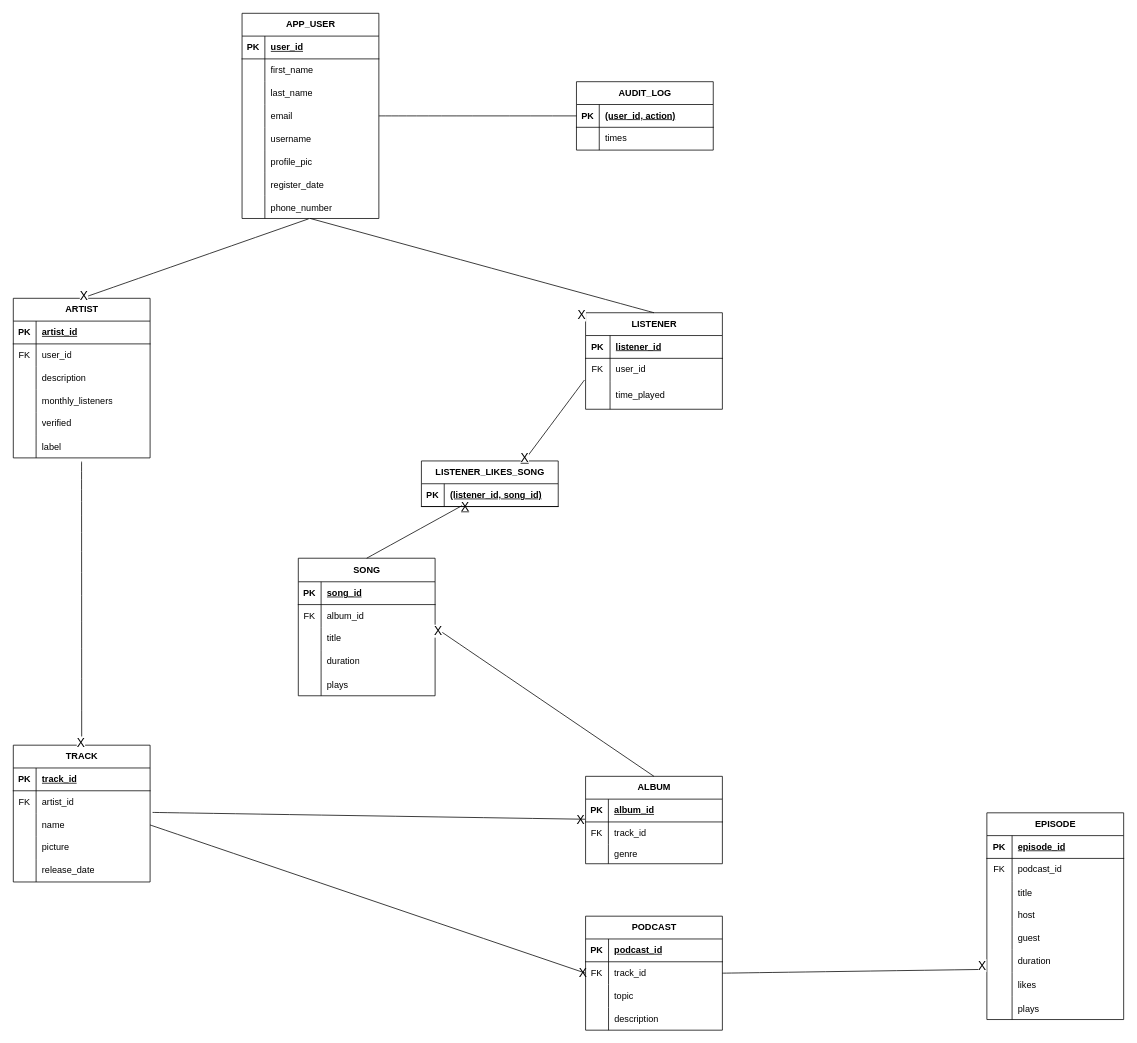
Earlier version of the draw.io diagram page "Conceptual Diagram" (2 of 2) of Music-App.drawio (Matoka26/Music-App). Source tidied: cells renumbered, new cells numbered last; positions are measured from the earlier drawing's top-left corner, leaving out a move shared by most shapes. Both pictures are drawn from the tidied source at 76%, with x=0, y=0 at pixel (13, 13).
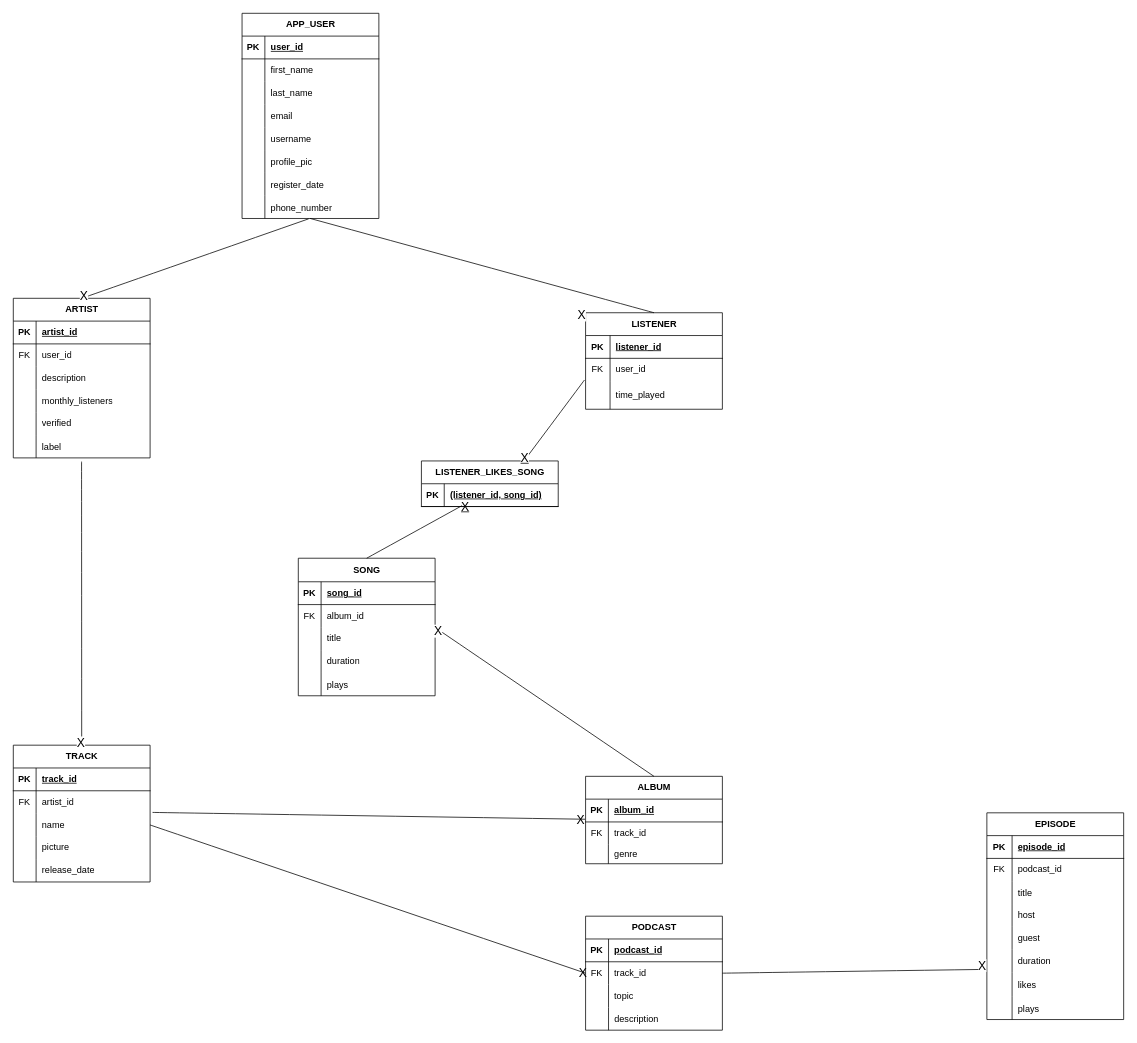
Above is the later version.

Unchanged cells that the change refers to:
```xml
<mxCell id="12" style="shape=tableRow;horizontal=0;startSize=0;swimlaneHead=0;swimlaneBody=0;fillColor=none;points=[[0,0.5],[1,0.5]];portConstraint=eastwest;top=0;left=0;right=0;bottom=0;" parent="2" vertex="1">
  <mxGeometry y="120" width="180" height="30" as="geometry" />
</mxCell>
```

Change to the diagram source:
```diff
@@
-    <mxCell id="162" value="AUDIT_LOG" style="shape=table;startSize=30;childLayout=tableLayout;rowLines=0;fontStyle=1;align=center;html=1;" parent="1" vertex="1">
-      <mxGeometry x="741" y="90" width="180" height="90" as="geometry" />
-    </mxCell>
-    <mxCell id="163" style="shape=tableRow;horizontal=0;startSize=0;swimlaneHead=0;swimlaneBody=0;fillColor=none;points=[[0,0.5],[1,0.5]];portConstraint=eastwest;top=0;left=0;right=0;bottom=1;" parent="162" vertex="1">
-      <mxGeometry y="30" width="180" height="30" as="geometry" />
-    </mxCell>
-    <mxCell id="164" value="PK" style="shape=partialRectangle;fillColor=none;top=0;left=0;bottom=0;right=0;fontStyle=1;overflow=hidden;whiteSpace=wrap;html=1;" parent="163" vertex="1">
-      <mxGeometry width="30" height="30" as="geometry" />
-    </mxCell>
-    <mxCell id="165" value="(user_id, action)" style="shape=partialRectangle;fillColor=none;top=0;left=0;bottom=0;right=0;align=left;spacingLeft=6;fontStyle=5;overflow=hidden;whiteSpace=wrap;html=1;" parent="163" vertex="1">
-      <mxGeometry x="30" width="150" height="30" as="geometry" />
-    </mxCell>
-    <mxCell id="166" style="shape=tableRow;horizontal=0;startSize=0;swimlaneHead=0;swimlaneBody=0;fillColor=none;top=0;left=0;right=0;bottom=0;" parent="162" vertex="1">
-      <mxGeometry y="60" width="180" height="30" as="geometry" />
-    </mxCell>
-    <mxCell id="167" style="shape=partialRectangle;fillColor=none;top=0;left=0;bottom=0;right=0;overflow=hidden;whiteSpace=wrap;html=1;" parent="166" vertex="1">
-      <mxGeometry width="30" height="30" as="geometry" />
-    </mxCell>
-    <mxCell id="168" value="times" style="shape=partialRectangle;fillColor=none;top=0;left=0;bottom=0;right=0;align=left;spacingLeft=6;overflow=hidden;whiteSpace=wrap;html=1;" parent="166" vertex="1">
-      <mxGeometry x="30" width="150" height="30" as="geometry" />
-    </mxCell>
-    <mxCell id="169" style="endArrow=none;html=1;rounded=0;fontSize=12;startSize=8;endSize=8;curved=1;exitX=1;exitY=0.5;exitDx=0;exitDy=0;entryX=0;entryY=0.5;entryDx=0;entryDy=0;" parent="1" edge="1" source="12" target="163">
-      <mxGeometry relative="1" as="geometry" />
-    </mxCell>
```
